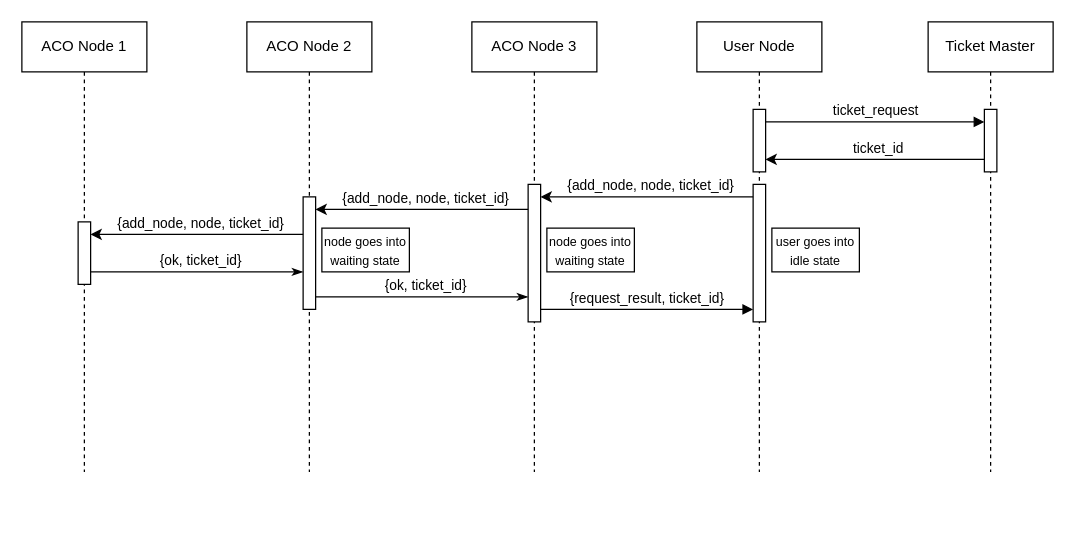
Before: page "Node addition ticket" (4 of 6) of Relazione/diagrams/sequence_diagrams.drawio in kr0bi/distributed-systems, a draw.io diagram. Source tidied: cells renumbered, new cells numbered last; positions are measured from the earlier drawing's top-left corner, leaving out a move shared by most shapes. Both pictures are drawn from the tidied source at 125%, with x=0, y=0 at pixel (21, 21).
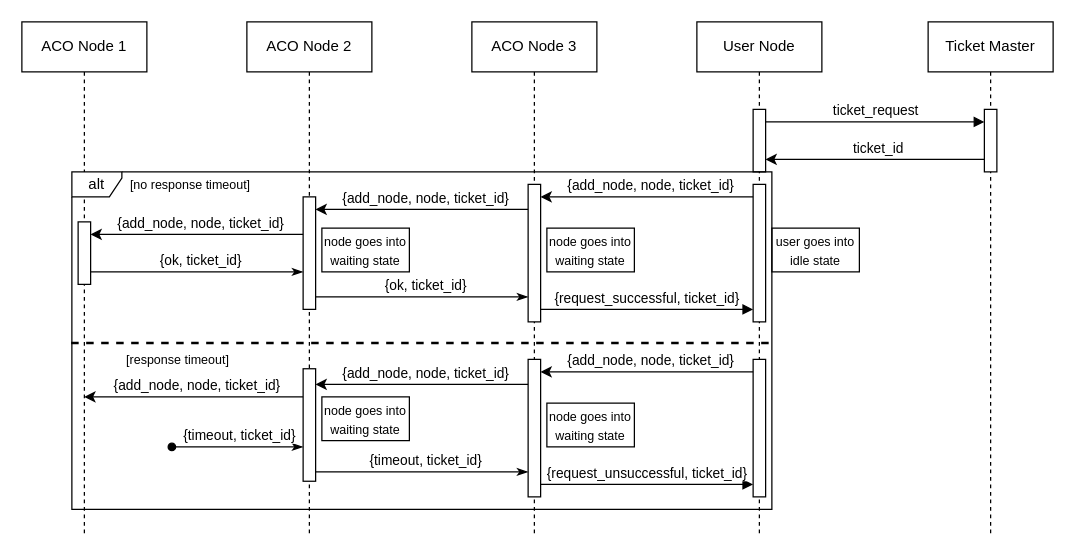
Above is the later version.

Commit message (it also covers changes not shown here):
Added ACO state automata

Change to the diagram source:
```diff
@@
+    <mxCell id="8" value="ACO Node 3" style="shape=umlLifeline;perimeter=lifelinePerimeter;whiteSpace=wrap;html=1;newEdgeStyle={&quot;edgeStyle&quot;:&quot;elbowEdgeStyle&quot;,&quot;elbow&quot;:&quot;vertical&quot;,&quot;curved&quot;:0,&quot;rounded&quot;:0};" parent="1" vertex="1">
+      <mxGeometry x="360" width="100" height="410" as="geometry" />
+    </mxCell>
+    <mxCell id="9" style="html=1;points=[];perimeter=orthogonalPerimeter;outlineConnect=0;targetShapes=umlLifeline;portConstraint=eastwest;newEdgeStyle={&quot;edgeStyle&quot;:&quot;elbowEdgeStyle&quot;,&quot;elbow&quot;:&quot;vertical&quot;,&quot;curved&quot;:0,&quot;rounded&quot;:0};" parent="8" vertex="1">
+      <mxGeometry x="45" y="130" width="10" height="110" as="geometry" />
+    </mxCell>
     <mxCell id="2" value="User Node" style="shape=umlLifeline;perimeter=lifelinePerimeter;whiteSpace=wrap;html=1;newEdgeStyle={&quot;edgeStyle&quot;:&quot;elbowEdgeStyle&quot;,&quot;elbow&quot;:&quot;vertical&quot;,&quot;curved&quot;:0,&quot;rounded&quot;:0};" parent="1" vertex="1">
-      <mxGeometry x="540" width="100" height="360" as="geometry" />
+      <mxGeometry x="540" width="100" height="410" as="geometry" />
     </mxCell>
@@
+    <mxCell id="24" style="html=1;points=[];perimeter=orthogonalPerimeter;outlineConnect=0;targetShapes=umlLifeline;portConstraint=eastwest;newEdgeStyle={&quot;edgeStyle&quot;:&quot;elbowEdgeStyle&quot;,&quot;elbow&quot;:&quot;vertical&quot;,&quot;curved&quot;:0,&quot;rounded&quot;:0};" parent="2" vertex="1">
+      <mxGeometry x="45" y="270" width="10" height="110" as="geometry" />
+    </mxCell>
+    <mxCell id="25" style="html=1;points=[];perimeter=orthogonalPerimeter;outlineConnect=0;targetShapes=umlLifeline;portConstraint=eastwest;newEdgeStyle={&quot;edgeStyle&quot;:&quot;elbowEdgeStyle&quot;,&quot;elbow&quot;:&quot;vertical&quot;,&quot;curved&quot;:0,&quot;rounded&quot;:0};" parent="2" vertex="1">
+      <mxGeometry x="-135" y="270" width="10" height="110" as="geometry" />
+    </mxCell>
+    <mxCell id="26" value="{add_node, node, ticket_id}" style="html=1;verticalAlign=bottom;endArrow=none;edgeStyle=elbowEdgeStyle;elbow=vertical;curved=0;rounded=0;startArrow=classic;startFill=1;endFill=0;" parent="2" edge="1" source="25" target="24">
+      <mxGeometry x="0.03" relative="1" as="geometry">
+        <Array as="points">
+          <mxPoint x="-10" y="280" />
+        </Array>
+      </mxGeometry>
+    </mxCell>
+    <mxCell id="27" value="{request_unsuccessful, ticket_id}" style="html=1;verticalAlign=bottom;endArrow=block;edgeStyle=elbowEdgeStyle;elbow=vertical;curved=0;rounded=0;" parent="2" edge="1">
+      <mxGeometry relative="1" as="geometry">
+        <mxPoint x="-125" y="370" as="sourcePoint" />
+        <mxPoint x="45" y="370" as="targetPoint" />
+        <Array as="points">
+          <mxPoint x="-40" y="370" />
+        </Array>
+      </mxGeometry>
+    </mxCell>
+    <mxCell id="28" value="&lt;font style=&quot;font-size: 10px;&quot;&gt;node goes into waiting state&lt;/font&gt;" style="rounded=0;whiteSpace=wrap;html=1;" parent="2" vertex="1">
+      <mxGeometry x="-120" y="305" width="70" height="35" as="geometry" />
+    </mxCell>
     <mxCell id="5" value="Ticket Master" style="shape=umlLifeline;perimeter=lifelinePerimeter;whiteSpace=wrap;html=1;newEdgeStyle={&quot;edgeStyle&quot;:&quot;elbowEdgeStyle&quot;,&quot;elbow&quot;:&quot;vertical&quot;,&quot;curved&quot;:0,&quot;rounded&quot;:0};" parent="1" vertex="1">
-      <mxGeometry x="725" width="100" height="360" as="geometry" />
+      <mxGeometry x="725" width="100" height="410" as="geometry" />
     </mxCell>
@@
-    <mxCell id="8" value="ACO Node 3" style="shape=umlLifeline;perimeter=lifelinePerimeter;whiteSpace=wrap;html=1;newEdgeStyle={&quot;edgeStyle&quot;:&quot;elbowEdgeStyle&quot;,&quot;elbow&quot;:&quot;vertical&quot;,&quot;curved&quot;:0,&quot;rounded&quot;:0};" parent="1" vertex="1">
-      <mxGeometry x="360" width="100" height="360" as="geometry" />
-    </mxCell>
-    <mxCell id="9" style="html=1;points=[];perimeter=orthogonalPerimeter;outlineConnect=0;targetShapes=umlLifeline;portConstraint=eastwest;newEdgeStyle={&quot;edgeStyle&quot;:&quot;elbowEdgeStyle&quot;,&quot;elbow&quot;:&quot;vertical&quot;,&quot;curved&quot;:0,&quot;rounded&quot;:0};" parent="8" vertex="1">
-      <mxGeometry x="45" y="130" width="10" height="110" as="geometry" />
-    </mxCell>
@@
-    <mxCell id="12" value="{request_result, ticket_id}" style="html=1;verticalAlign=bottom;endArrow=block;edgeStyle=elbowEdgeStyle;elbow=vertical;curved=0;rounded=0;" parent="1" edge="1">
+    <mxCell id="12" value="{request_successful, ticket_id}" style="html=1;verticalAlign=bottom;endArrow=block;edgeStyle=elbowEdgeStyle;elbow=vertical;curved=0;rounded=0;" parent="1" edge="1">
       <mxGeometry relative="1" as="geometry">
         <mxPoint x="415" y="230" as="sourcePoint" />
         <mxPoint x="585" y="230" as="targetPoint" />
         <Array as="points">
           <mxPoint x="500" y="230" />
         </Array>
       </mxGeometry>
     </mxCell>
     <mxCell id="13" value="ACO Node 2" style="shape=umlLifeline;perimeter=lifelinePerimeter;whiteSpace=wrap;html=1;newEdgeStyle={&quot;edgeStyle&quot;:&quot;elbowEdgeStyle&quot;,&quot;elbow&quot;:&quot;vertical&quot;,&quot;curved&quot;:0,&quot;rounded&quot;:0};" parent="1" vertex="1">
-      <mxGeometry x="180" width="100" height="360" as="geometry" />
+      <mxGeometry x="180" width="100" height="410" as="geometry" />
     </mxCell>
@@
+    <mxCell id="29" style="html=1;points=[];perimeter=orthogonalPerimeter;outlineConnect=0;targetShapes=umlLifeline;portConstraint=eastwest;newEdgeStyle={&quot;edgeStyle&quot;:&quot;elbowEdgeStyle&quot;,&quot;elbow&quot;:&quot;vertical&quot;,&quot;curved&quot;:0,&quot;rounded&quot;:0};" parent="13" vertex="1">
+      <mxGeometry x="45" y="277.5" width="10" height="90" as="geometry" />
+    </mxCell>
     <mxCell id="15" value="ACO Node 1" style="shape=umlLifeline;perimeter=lifelinePerimeter;whiteSpace=wrap;html=1;newEdgeStyle={&quot;edgeStyle&quot;:&quot;elbowEdgeStyle&quot;,&quot;elbow&quot;:&quot;vertical&quot;,&quot;curved&quot;:0,&quot;rounded&quot;:0};" parent="1" vertex="1">
-      <mxGeometry width="100" height="360" as="geometry" />
+      <mxGeometry width="100" height="410" as="geometry" />
     </mxCell>
@@
+    <mxCell id="30" value="alt" style="shape=umlFrame;whiteSpace=wrap;html=1;width=40;height=20;" parent="1" vertex="1">
+      <mxGeometry x="40" y="120" width="560" height="270" as="geometry" />
+    </mxCell>
+    <mxCell id="31" value="{add_node, node, ticket_id}" style="html=1;verticalAlign=bottom;endArrow=none;edgeStyle=elbowEdgeStyle;elbow=vertical;curved=0;rounded=0;startArrow=classic;startFill=1;endFill=0;" parent="1" edge="1" source="29" target="25">
+      <mxGeometry x="0.03" relative="1" as="geometry">
+        <Array as="points">
+          <mxPoint x="320" y="290" />
+        </Array>
+      </mxGeometry>
+    </mxCell>
+    <mxCell id="32" value="&lt;font style=&quot;font-size: 10px;&quot;&gt;node goes into waiting state&lt;/font&gt;" style="rounded=0;whiteSpace=wrap;html=1;" parent="1" vertex="1">
+      <mxGeometry x="240" y="300" width="70" height="35" as="geometry" />
+    </mxCell>
+    <mxCell id="33" value="{timeout, ticket_id}" style="html=1;verticalAlign=bottom;endArrow=classicThin;edgeStyle=elbowEdgeStyle;elbow=vertical;curved=0;rounded=0;startArrow=none;startFill=0;endFill=1;" parent="1" edge="1" source="29" target="25">
+      <mxGeometry x="0.03" relative="1" as="geometry">
+        <Array as="points">
+          <mxPoint x="320" y="360" />
+        </Array>
+      </mxGeometry>
+    </mxCell>
+    <mxCell id="34" value="{add_node, node, ticket_id}" style="html=1;verticalAlign=bottom;endArrow=none;edgeStyle=elbowEdgeStyle;elbow=vertical;curved=0;rounded=0;startArrow=classic;startFill=1;endFill=0;" parent="1" edge="1">
+      <mxGeometry x="0.03" relative="1" as="geometry">
+        <mxPoint x="50" y="300" as="sourcePoint" />
+        <mxPoint x="225" y="300" as="targetPoint" />
+        <Array as="points">
+          <mxPoint x="160" y="300" />
+        </Array>
+      </mxGeometry>
+    </mxCell>
+    <mxCell id="35" value="{timeout, ticket_id}" style="html=1;verticalAlign=bottom;endArrow=classicThin;edgeStyle=elbowEdgeStyle;elbow=vertical;curved=0;rounded=0;startArrow=oval;startFill=1;endFill=1;" parent="1" edge="1" target="29">
+      <mxGeometry x="0.03" relative="1" as="geometry">
+        <mxPoint x="120" y="340" as="sourcePoint" />
+        <Array as="points">
+          <mxPoint x="150" y="340" />
+        </Array>
+      </mxGeometry>
+    </mxCell>
+    <mxCell id="36" value="&lt;font style=&quot;font-size: 10px;&quot;&gt;[response timeout]&lt;/font&gt;" style="text;html=1;strokeColor=none;fillColor=none;align=center;verticalAlign=middle;whiteSpace=wrap;rounded=0;" parent="1" vertex="1">
+      <mxGeometry x="70" y="260" width="110" height="20" as="geometry" />
+    </mxCell>
+    <mxCell id="37" style="endArrow=none;dashed=1;html=1;rounded=0;exitX=-0.001;exitY=0.507;exitDx=0;exitDy=0;exitPerimeter=0;entryX=1;entryY=0.507;entryDx=0;entryDy=0;entryPerimeter=0;strokeWidth=2;" parent="1" edge="1" source="30" target="30">
+      <mxGeometry relative="1" as="geometry" />
+    </mxCell>
+    <mxCell id="38" value="&lt;font style=&quot;font-size: 10px;&quot;&gt;[no response timeout]&lt;/font&gt;" style="text;html=1;strokeColor=none;fillColor=none;align=center;verticalAlign=middle;whiteSpace=wrap;rounded=0;" parent="1" vertex="1">
+      <mxGeometry x="80" y="120" width="110" height="20" as="geometry" />
+    </mxCell>
```
